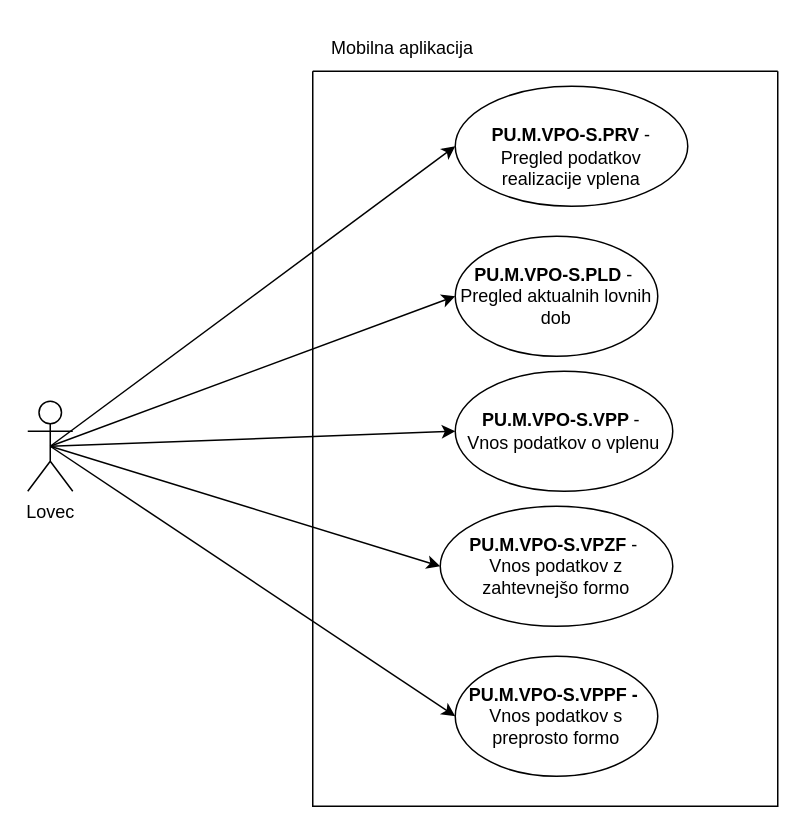
Above: Vodenje podatkov o odstrelu-Mobilna aplikacija.drawio in ErnestISv/Lovstvo (draw.io), before the change. Source tidied: cells renumbered, new cells numbered last; positions are measured from the earlier drawing's top-left corner, leaving out a move shared by most shapes. Both pictures are drawn from the tidied source at 150%, with x=0, y=0 at pixel (27, 26).
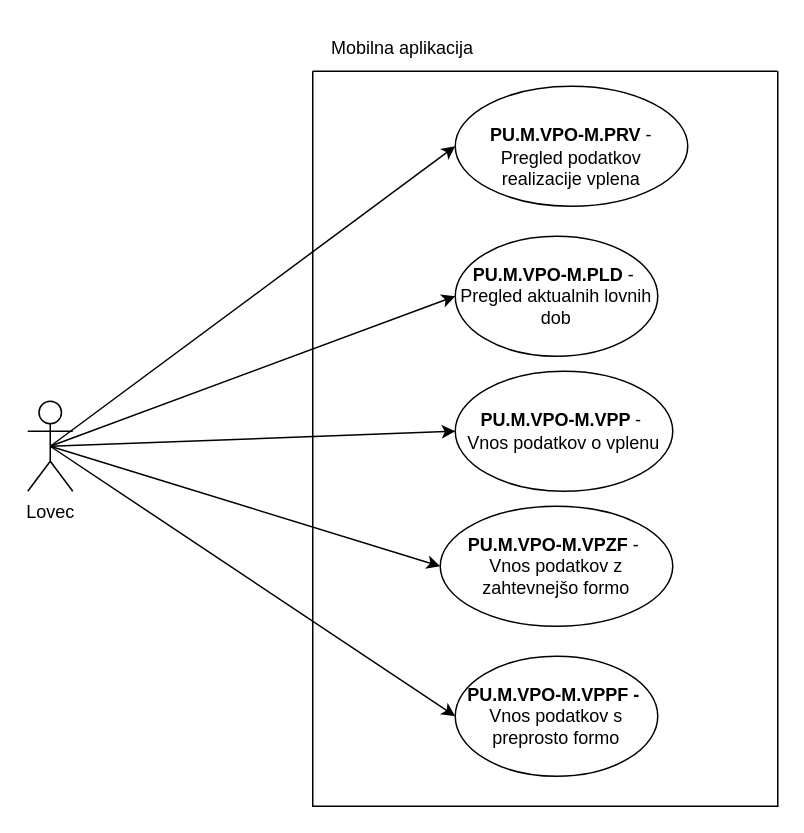
The same diagram, later.

Diff of the diagram source:
```diff
@@
 <mxGraphModel>
   <root>
     <mxCell id="0" />
     <mxCell id="1" parent="0" />
     <mxCell id="2" value="Lovec" style="shape=umlActor;verticalLabelPosition=bottom;verticalAlign=top;html=1;outlineConnect=0;" parent="1" vertex="1">
       <mxGeometry y="250" width="30" height="60" as="geometry" />
     </mxCell>
     <mxCell id="3" style="swimlane;startSize=0;" parent="1" vertex="1">
       <mxGeometry x="190" y="30" width="310" height="490" as="geometry" />
     </mxCell>
-    <mxCell id="4" value="&lt;br&gt;&lt;table style=&quot;border-collapse:&lt;br/&gt; collapse;width:107pt&quot; width=&quot;142&quot; cellspacing=&quot;0&quot; cellpadding=&quot;0&quot; border=&quot;0&quot;&gt;&lt;tbody&gt;&lt;tr style=&quot;mso-height-source:userset;height:36.6pt&quot; height=&quot;49&quot;&gt;  &lt;td style=&quot;height:36.6pt;width:107pt&quot; width=&quot;142&quot; class=&quot;xl63&quot; height=&quot;49&quot;&gt;&lt;b&gt;PU.M.VPO-S.PRV&lt;/b&gt;&amp;nbsp;-&lt;br&gt;Pregled podatkov realizacije vplena&lt;/td&gt;&lt;/tr&gt;&lt;/tbody&gt;&lt;/table&gt;" style="ellipse;whiteSpace=wrap;html=1;" parent="3" vertex="1">
+    <mxCell id="4" value="&lt;br&gt;&lt;table style=&quot;border-collapse:&lt;br/&gt; collapse;width:107pt&quot; width=&quot;142&quot; cellspacing=&quot;0&quot; cellpadding=&quot;0&quot; border=&quot;0&quot;&gt;&lt;tbody&gt;&lt;tr style=&quot;mso-height-source:userset;height:36.6pt&quot; height=&quot;49&quot;&gt;  &lt;td style=&quot;height:36.6pt;width:107pt&quot; width=&quot;142&quot; class=&quot;xl63&quot; height=&quot;49&quot;&gt;&lt;b&gt;PU.M.VPO-M.PRV&lt;/b&gt;&amp;nbsp;-&lt;br&gt;Pregled podatkov realizacije vplena&lt;/td&gt;&lt;/tr&gt;&lt;/tbody&gt;&lt;/table&gt;" style="ellipse;whiteSpace=wrap;html=1;" parent="3" vertex="1">
       <mxGeometry x="95" y="10" width="155" height="80" as="geometry" />
     </mxCell>
-    <mxCell id="5" value="&lt;b&gt;PU.M.VPO-S.VPZF&lt;/b&gt; -&amp;nbsp;&lt;div&gt;Vnos podatkov z zahtevnejšo formo&lt;/div&gt;" style="ellipse;whiteSpace=wrap;html=1;" parent="3" vertex="1">
+    <mxCell id="5" value="&lt;b&gt;PU.M.VPO-M.VPZF&lt;/b&gt; -&amp;nbsp;&lt;div&gt;Vnos podatkov z zahtevnejšo formo&lt;/div&gt;" style="ellipse;whiteSpace=wrap;html=1;" parent="3" vertex="1">
       <mxGeometry x="85" y="290" width="155" height="80" as="geometry" />
     </mxCell>
-    <mxCell id="6" value="&lt;b&gt;PU.M.VPO-S.PLD&lt;/b&gt; -&amp;nbsp;&lt;div&gt;Pregled aktualnih lovnih dob&lt;/div&gt;" style="ellipse;whiteSpace=wrap;html=1;" parent="3" vertex="1">
+    <mxCell id="6" value="&lt;b&gt;PU.M.VPO-M.PLD&lt;/b&gt; -&amp;nbsp;&lt;div&gt;Pregled aktualnih lovnih dob&lt;/div&gt;" style="ellipse;whiteSpace=wrap;html=1;" parent="3" vertex="1">
       <mxGeometry x="95" y="110" width="135" height="80" as="geometry" />
     </mxCell>
-    <mxCell id="7" value="&lt;b&gt;PU.M.VPO-S.VPPF -&amp;nbsp;&lt;/b&gt;&lt;div&gt;Vnos podatkov s preprosto formo&lt;/div&gt;" style="ellipse;whiteSpace=wrap;html=1;" parent="3" vertex="1">
+    <mxCell id="7" value="&lt;b&gt;PU.M.VPO-M.VPPF -&amp;nbsp;&lt;/b&gt;&lt;div&gt;Vnos podatkov s preprosto formo&lt;/div&gt;" style="ellipse;whiteSpace=wrap;html=1;" parent="3" vertex="1">
       <mxGeometry x="95" y="390" width="135" height="80" as="geometry" />
     </mxCell>
-    <mxCell id="8" value="&lt;b&gt;PU.M.VPO-S.VPP &lt;/b&gt;-&amp;nbsp;&lt;div&gt;Vnos podatkov o vplenu&lt;/div&gt;" style="ellipse;whiteSpace=wrap;html=1;" parent="3" vertex="1">
+    <mxCell id="8" value="&lt;b&gt;PU.M.VPO-M.VPP &lt;/b&gt;-&amp;nbsp;&lt;div&gt;Vnos podatkov o vplenu&lt;/div&gt;" style="ellipse;whiteSpace=wrap;html=1;" parent="3" vertex="1">
       <mxGeometry x="95" y="200" width="145" height="80" as="geometry" />
     </mxCell>
     <mxCell id="9" style="endArrow=classic;html=1;rounded=0;exitX=0.5;exitY=0.5;exitDx=0;exitDy=0;exitPerimeter=0;entryX=0;entryY=0.5;entryDx=0;entryDy=0;" parent="1" edge="1" source="2" target="4">
       <mxGeometry relative="1" as="geometry" />
     </mxCell>
     <mxCell id="10" style="endArrow=classic;html=1;rounded=0;exitX=0.5;exitY=0.5;exitDx=0;exitDy=0;exitPerimeter=0;entryX=0;entryY=0.5;entryDx=0;entryDy=0;" parent="1" edge="1" source="2" target="6">
       <mxGeometry relative="1" as="geometry" />
     </mxCell>
     <mxCell id="11" style="endArrow=classic;html=1;rounded=0;exitX=0.5;exitY=0.5;exitDx=0;exitDy=0;exitPerimeter=0;entryX=0;entryY=0.5;entryDx=0;entryDy=0;" parent="1" edge="1" source="2" target="8">
       <mxGeometry relative="1" as="geometry" />
     </mxCell>
     <mxCell id="12" style="endArrow=classic;html=1;rounded=0;exitX=0.5;exitY=0.5;exitDx=0;exitDy=0;exitPerimeter=0;entryX=0;entryY=0.5;entryDx=0;entryDy=0;" parent="1" edge="1" source="2" target="5">
       <mxGeometry relative="1" as="geometry" />
     </mxCell>
     <mxCell id="13" style="endArrow=classic;html=1;rounded=0;exitX=0.5;exitY=0.5;exitDx=0;exitDy=0;exitPerimeter=0;entryX=0;entryY=0.5;entryDx=0;entryDy=0;" parent="1" edge="1" source="2" target="7">
       <mxGeometry relative="1" as="geometry" />
     </mxCell>
     <mxCell id="14" value="Mobilna aplikacija" style="text;html=1;align=center;verticalAlign=middle;whiteSpace=wrap;rounded=0;" parent="1" vertex="1">
       <mxGeometry x="190" width="120" height="30" as="geometry" />
     </mxCell>
   </root>
 </mxGraphModel>
```
